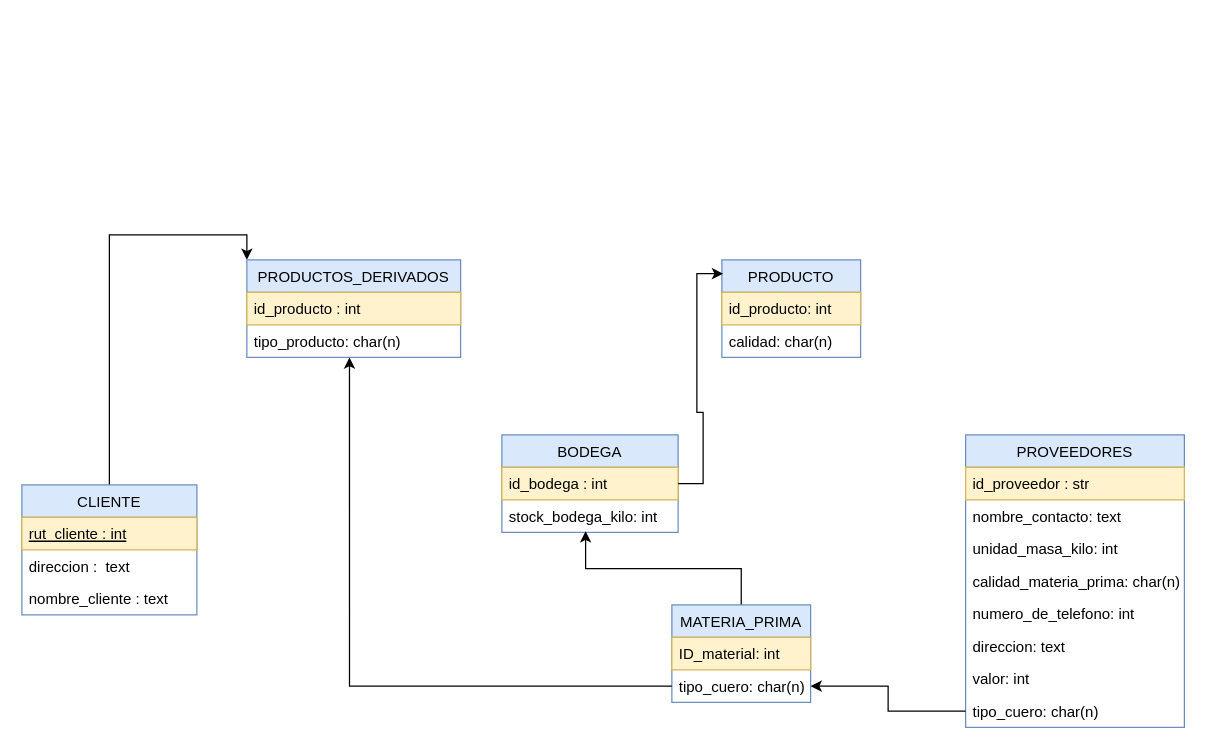
The draw.io diagram page "2.-Modelo-Relacional" (2 of 6) of DOC/Diagramas ER y MR.drawio in knonpower/modulo4, before the edit. Source tidied: cells renumbered, new cells numbered last; positions are measured from the earlier drawing's top-left corner, leaving out a move shared by most shapes. Both pictures are drawn from the tidied source at 125%, with x=0, y=0 at pixel (21, 259).
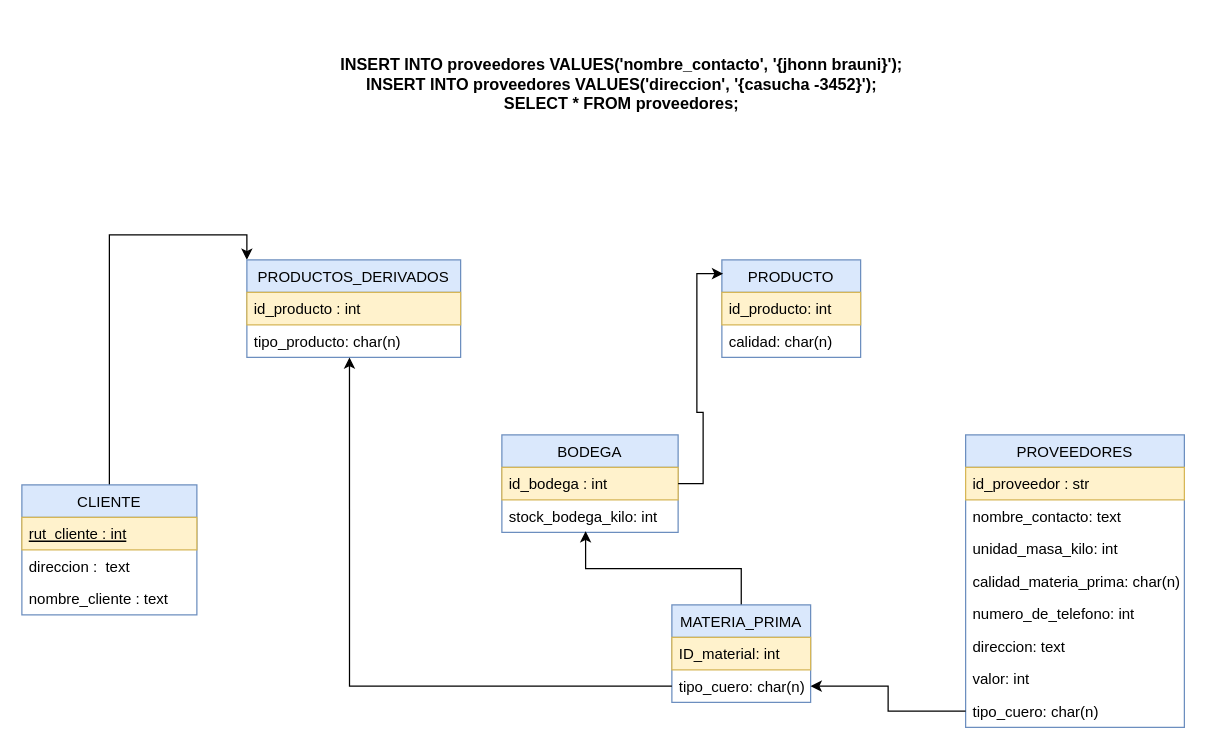
The same diagram, later.

Change to the diagram source:
```diff
@@
+    <mxCell id="32" value="INSERT INTO proveedores VALUES('nombre_contacto', '{jhonn brauni}');&lt;br style=&quot;font-size: 13px;&quot;&gt;INSERT INTO proveedores VALUES('direccion', '{casucha -3452}');&lt;br style=&quot;font-size: 13px;&quot;&gt;SELECT * FROM proveedores;" style="text;html=1;strokeColor=none;fillColor=none;align=center;verticalAlign=middle;whiteSpace=wrap;rounded=0;fontStyle=1;fontSize=13;" parent="1" vertex="1">
+      <mxGeometry x="180" y="-190" width="600" height="100" as="geometry" />
+    </mxCell>
```
